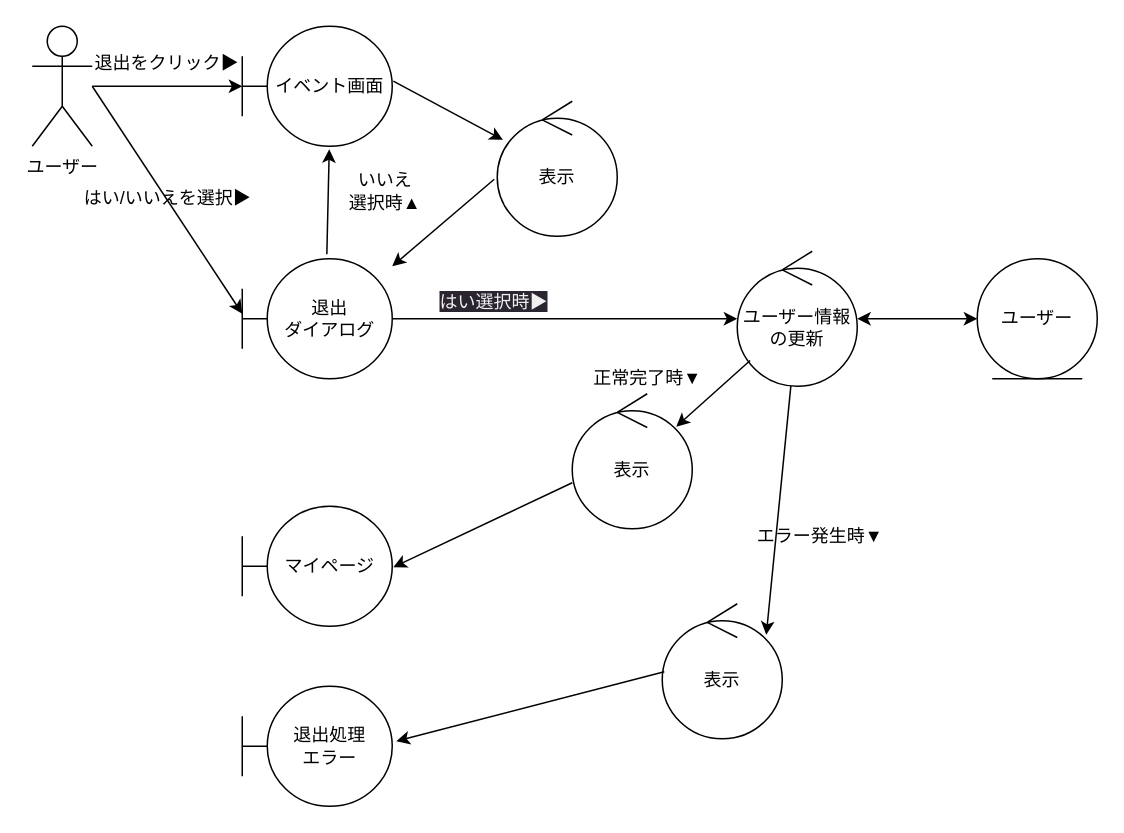
The draw.io diagram page "イベント退出" (7 of 7) of out/ロバストネス図/ユーザー-ロバストネス図.drawio in ksw2270227/GroupF, before the edit. Source tidied: cells renumbered, new cells numbered last; positions are measured from the earlier drawing's top-left corner, leaving out a move shared by most shapes. Both pictures are drawn from the tidied source at 150%, with x=0, y=0 at pixel (32, 26).
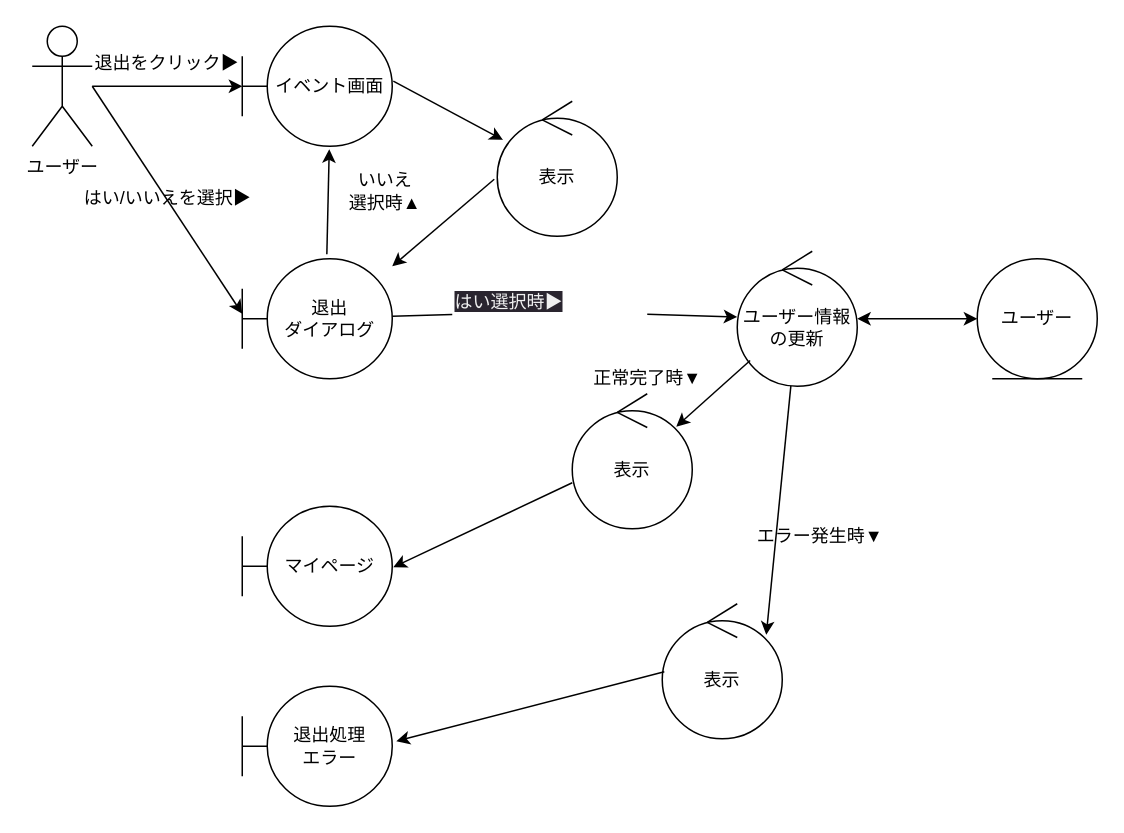
The same page after the edit.

Unchanged cells that the change refers to:
```xml
<mxCell id="8" value="退出&lt;br&gt;ダイアログ" style="shape=umlBoundary;whiteSpace=wrap;html=1;" parent="1" vertex="1">
  <mxGeometry x="140" y="155" width="100" height="80" as="geometry" />
</mxCell>
<mxCell id="10" value="ユーザー情報の更新" style="ellipse;shape=umlControl;whiteSpace=wrap;html=1;" parent="1" vertex="1">
  <mxGeometry x="470" y="150" width="80" height="90" as="geometry" />
</mxCell>
```

The edit, as a diff of the source:
```diff
@@
-    <mxCell id="7" style="edgeStyle=none;html=1;" parent="1" edge="1" source="8" target="10">
+    <mxCell id="7" style="edgeStyle=none;html=1;startArrow=none;" parent="1" edge="1" source="28" target="10">
       <mxGeometry relative="1" as="geometry" />
     </mxCell>
@@
+    <mxCell id="29" style="edgeStyle=none;html=1;endArrow=none;" parent="1" edge="1" source="8" target="28">
+      <mxGeometry relative="1" as="geometry" />
+    </mxCell>
     <mxCell id="28" value="&lt;span style=&quot;color: rgb(240, 240, 240); font-family: Helvetica; font-size: 12px; font-style: normal; font-variant-ligatures: normal; font-variant-caps: normal; font-weight: 400; letter-spacing: normal; orphans: 2; text-align: center; text-indent: 0px; text-transform: none; widows: 2; word-spacing: 0px; -webkit-text-stroke-width: 0px; background-color: rgb(42, 37, 47); text-decoration-thickness: initial; text-decoration-style: initial; text-decoration-color: initial; float: none; display: inline !important;&quot;&gt;はい選択時▶&lt;/span&gt;" style="text;whiteSpace=wrap;html=1;" parent="1" vertex="1">
-      <mxGeometry x="270" y="170" width="130" height="40" as="geometry" />
+      <mxGeometry x="280" y="170" width="130" height="40" as="geometry" />
     </mxCell>
```
